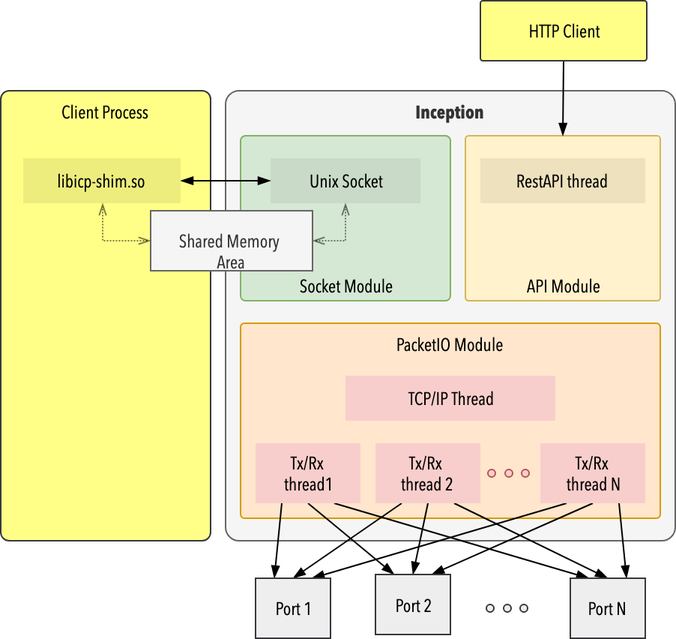
Earlier version of the draw.io export doc/images/block_diagram.png (Spirent/openperf). Source tidied: cells renumbered, new cells last; positions are measured from the earlier drawing's top-left corner, leaving out a move shared by most shapes.
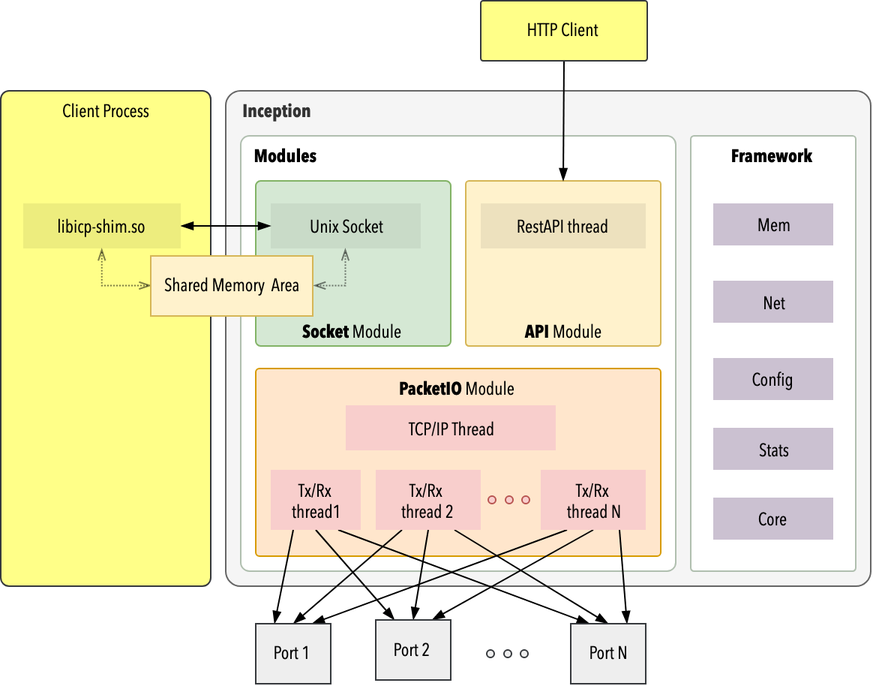
Above is the later version.

Commit message:
developper guide: updated diagrams

Change to the diagram source:
```diff
@@ -2,26 +2,29 @@
   <root>
     <mxCell id="0" />
     <mxCell id="1" parent="0" />
+    <mxCell id="3" value="&lt;font&gt;&amp;nbsp; &amp;nbsp; Inception&lt;/font&gt;" style="rounded=1;whiteSpace=wrap;html=1;arcSize=3;verticalAlign=top;fontFamily=Avenir Next Condensed;fontStyle=1;fillColor=#f5f5f5;strokeColor=#666666;fontColor=#333333;align=left;" parent="1" vertex="1">
+      <mxGeometry x="150" y="30" width="430" height="330" as="geometry" />
+    </mxCell>
+    <mxCell id="40" value="&lt;b&gt;&amp;nbsp; &amp;nbsp;Modules&lt;/b&gt;" style="rounded=1;whiteSpace=wrap;html=1;arcSize=2;verticalAlign=top;fontFamily=Avenir Next Condensed;strokeColor=#B0BFAF;align=left;" parent="1" vertex="1">
+      <mxGeometry x="160" y="60" width="290" height="290" as="geometry" />
+    </mxCell>
     <mxCell id="2" value="Client&amp;nbsp;Process" style="rounded=1;whiteSpace=wrap;html=1;arcSize=4;fillColor=#ffff88;strokeColor=#36393d;verticalAlign=top;fontFamily=Avenir Next Condensed;" parent="1" vertex="1">
-      <mxGeometry y="60" width="140" height="300" as="geometry" />
+      <mxGeometry y="30" width="140" height="330" as="geometry" />
     </mxCell>
-    <mxCell id="3" value="&lt;font&gt;Inception&lt;/font&gt;" style="rounded=1;whiteSpace=wrap;html=1;arcSize=3;verticalAlign=top;fontFamily=Avenir Next Condensed;fontStyle=1;fillColor=#f5f5f5;strokeColor=#666666;fontColor=#333333;" parent="1" vertex="1">
-      <mxGeometry x="150" y="60" width="300" height="300" as="geometry" />
-    </mxCell>
     <mxCell id="4" style="rounded=0;jettySize=auto;html=1;exitX=0;exitY=0.75;exitDx=0;exitDy=0;startArrow=blockThin;startFill=1;endArrow=blockThin;endFill=1;fontFamily=Avenir Next Condensed;entryX=0;entryY=0;entryDx=128.5;entryDy=1.5;entryPerimeter=0;" parent="1" edge="1" source="6" target="37">
       <mxGeometry relative="1" as="geometry" />
     </mxCell>
     <mxCell id="5" style="edgeStyle=none;rounded=0;jettySize=auto;html=1;exitX=0;exitY=0.75;exitDx=0;exitDy=0;entryX=1.005;entryY=0.165;entryDx=0;entryDy=0;entryPerimeter=0;endArrow=classicThin;endFill=1;fontFamily=Avenir Next Condensed;" parent="1" edge="1" source="6" target="37">
       <mxGeometry relative="1" as="geometry" />
     </mxCell>
-    <mxCell id="6" value="Socket Module" style="rounded=1;whiteSpace=wrap;html=1;arcSize=3;verticalAlign=bottom;fillColor=#d5e8d4;strokeColor=#82b366;fontFamily=Avenir Next Condensed;fontStyle=0;" parent="1" vertex="1">
-      <mxGeometry x="160" y="90" width="140" height="110" as="geometry" />
+    <mxCell id="6" value="&lt;b&gt;Socket&lt;/b&gt; Module" style="rounded=1;whiteSpace=wrap;html=1;arcSize=3;verticalAlign=bottom;fillColor=#d5e8d4;strokeColor=#82b366;fontFamily=Avenir Next Condensed;fontStyle=0;" parent="1" vertex="1">
+      <mxGeometry x="170" y="90" width="130" height="110" as="geometry" />
     </mxCell>
-    <mxCell id="7" value="API Module" style="rounded=1;whiteSpace=wrap;html=1;arcSize=2;verticalAlign=bottom;fillColor=#fff2cc;strokeColor=#d6b656;fontFamily=Avenir Next Condensed;fontStyle=0;" parent="1" vertex="1">
+    <mxCell id="7" value="&lt;b&gt;API&lt;/b&gt; Module" style="rounded=1;whiteSpace=wrap;html=1;arcSize=2;verticalAlign=bottom;fillColor=#fff2cc;strokeColor=#d6b656;fontFamily=Avenir Next Condensed;fontStyle=0;" parent="1" vertex="1">
       <mxGeometry x="310" y="90" width="130" height="110" as="geometry" />
     </mxCell>
-    <mxCell id="8" value="PacketIO Module" style="rounded=1;whiteSpace=wrap;html=1;arcSize=2;fillColor=#ffe6cc;strokeColor=#d79b00;verticalAlign=top;fontFamily=Avenir Next Condensed;" parent="1" vertex="1">
-      <mxGeometry x="160" y="215" width="280" height="130" as="geometry" />
+    <mxCell id="8" value="&lt;b&gt;PacketIO&lt;/b&gt; Module" style="rounded=1;whiteSpace=wrap;html=1;arcSize=2;fillColor=#ffe6cc;strokeColor=#d79b00;verticalAlign=top;fontFamily=Avenir Next Condensed;" parent="1" vertex="1">
+      <mxGeometry x="170" y="215" width="270" height="125" as="geometry" />
     </mxCell>
     <mxCell id="9" value="Unix Socket" style="rounded=0;whiteSpace=wrap;html=1;fillColor=#C9DBC8;strokeColor=none;fontFamily=Avenir Next Condensed;" parent="1" vertex="1">
       <mxGeometry x="180" y="105" width="100" height="30" as="geometry" />
@@ -30,7 +33,7 @@
       <mxGeometry x="320" y="105" width="110" height="30" as="geometry" />
     </mxCell>
     <mxCell id="11" value="TCP/IP Thread" style="rounded=0;whiteSpace=wrap;html=1;fillColor=#f8cecc;strokeColor=none;fontFamily=Avenir Next Condensed;" parent="1" vertex="1">
-      <mxGeometry x="230" y="250" width="140" height="30" as="geometry" />
+      <mxGeometry x="230" y="239.5" width="140" height="30" as="geometry" />
     </mxCell>
     <mxCell id="12" style="rounded=0;jettySize=auto;html=1;exitX=0.25;exitY=1;exitDx=0;exitDy=0;entryX=0.25;entryY=0;entryDx=0;entryDy=0;endArrow=blockThin;endFill=1;fontFamily=Avenir Next Condensed;" parent="1" edge="1" source="15" target="27">
       <mxGeometry relative="1" as="geometry" />
@@ -42,7 +45,7 @@
       <mxGeometry relative="1" as="geometry" />
     </mxCell>
     <mxCell id="15" value="Tx/Rx &lt;br&gt;thread1" style="rounded=0;whiteSpace=wrap;html=1;fillColor=#f8cecc;strokeColor=none;fontFamily=Avenir Next Condensed;" parent="1" vertex="1">
-      <mxGeometry x="170" y="295" width="70" height="40" as="geometry" />
+      <mxGeometry x="180" y="282.5" width="60" height="40" as="geometry" />
     </mxCell>
     <mxCell id="16" style="edgeStyle=none;rounded=0;jettySize=auto;html=1;exitX=0.25;exitY=1;exitDx=0;exitDy=0;entryX=0.5;entryY=0;entryDx=0;entryDy=0;endArrow=blockThin;endFill=1;fontFamily=Avenir Next Condensed;" parent="1" edge="1" source="19" target="27">
       <mxGeometry relative="1" as="geometry" />
@@ -54,7 +57,7 @@
       <mxGeometry relative="1" as="geometry" />
     </mxCell>
     <mxCell id="19" value="Tx/Rx &lt;br&gt;thread 2" style="rounded=0;whiteSpace=wrap;html=1;fillColor=#f8cecc;strokeColor=none;fontFamily=Avenir Next Condensed;" parent="1" vertex="1">
-      <mxGeometry x="250" y="295" width="70" height="40" as="geometry" />
+      <mxGeometry x="250" y="282.5" width="70" height="40" as="geometry" />
     </mxCell>
     <mxCell id="20" style="edgeStyle=none;rounded=0;jettySize=auto;html=1;exitX=0.25;exitY=1;exitDx=0;exitDy=0;entryX=0.75;entryY=0;entryDx=0;entryDy=0;endArrow=blockThin;endFill=1;fontFamily=Avenir Next Condensed;" parent="1" edge="1" source="23" target="27">
       <mxGeometry relative="1" as="geometry" />
@@ -66,16 +69,16 @@
       <mxGeometry relative="1" as="geometry" />
     </mxCell>
     <mxCell id="23" value="Tx/Rx &lt;br&gt;thread N" style="rounded=0;whiteSpace=wrap;html=1;fillColor=#f8cecc;strokeColor=none;fontFamily=Avenir Next Condensed;" parent="1" vertex="1">
-      <mxGeometry x="360" y="295" width="70" height="40" as="geometry" />
+      <mxGeometry x="360" y="282.5" width="70" height="40" as="geometry" />
     </mxCell>
     <mxCell id="24" style="ellipse;whiteSpace=wrap;html=1;fillColor=#f8cecc;strokeColor=#b85450;fontFamily=Avenir Next Condensed;" parent="1" vertex="1">
-      <mxGeometry x="325" y="312.5" width="5" height="5" as="geometry" />
+      <mxGeometry x="325" y="300" width="5" height="5" as="geometry" />
     </mxCell>
     <mxCell id="25" style="ellipse;whiteSpace=wrap;html=1;fillColor=#f8cecc;strokeColor=#b85450;fontFamily=Avenir Next Condensed;" parent="1" vertex="1">
-      <mxGeometry x="347.5" y="312.5" width="5" height="5" as="geometry" />
+      <mxGeometry x="347.5" y="300" width="5" height="5" as="geometry" />
     </mxCell>
     <mxCell id="26" style="ellipse;whiteSpace=wrap;html=1;fillColor=#f8cecc;strokeColor=#b85450;fontFamily=Avenir Next Condensed;" parent="1" vertex="1">
-      <mxGeometry x="336.5" y="312.5" width="5" height="5" as="geometry" />
+      <mxGeometry x="336.5" y="300" width="5" height="5" as="geometry" />
     </mxCell>
     <mxCell id="27" value="Port 1" style="rounded=0;whiteSpace=wrap;html=1;fillColor=#eeeeee;strokeColor=#36393d;fontFamily=Avenir Next Condensed;" parent="1" vertex="1">
       <mxGeometry x="170" y="385" width="50" height="40" as="geometry" />
@@ -107,14 +110,32 @@
     <mxCell id="36" style="edgeStyle=orthogonalEdgeStyle;rounded=0;jettySize=auto;html=1;exitX=0;exitY=0;exitDx=108;exitDy=20;exitPerimeter=0;entryX=0.5;entryY=1;entryDx=0;entryDy=0;dashed=1;dashPattern=1 1;startArrow=openThin;startFill=0;endArrow=openThin;endFill=0;fontFamily=Avenir Next Condensed;opacity=50;" parent="1" edge="1" source="37" target="9">
       <mxGeometry relative="1" as="geometry" />
     </mxCell>
-    <mxCell id="37" value="Shared Memory&amp;nbsp; Area" style="shape=cube;whiteSpace=wrap;html=1;boundedLbl=1;backgroundOutline=1;darkOpacity=0.05;darkOpacity2=0.1;fontFamily=Avenir Next Condensed;fillColor=#f5f5f5;strokeColor=#666666;size=0;fontColor=#333333;" parent="1" vertex="1">
+    <mxCell id="37" value="Shared Memory&amp;nbsp; Area" style="shape=cube;whiteSpace=wrap;html=1;boundedLbl=1;backgroundOutline=1;darkOpacity=0.05;darkOpacity2=0.1;fontFamily=Avenir Next Condensed;fillColor=#fff2cc;strokeColor=#d6b656;size=0;" parent="1" vertex="1">
       <mxGeometry x="100" y="140" width="108" height="40" as="geometry" />
     </mxCell>
     <mxCell id="38" style="edgeStyle=none;rounded=0;jettySize=auto;html=1;exitX=0.5;exitY=1;exitDx=0;exitDy=0;entryX=0.5;entryY=0;entryDx=0;entryDy=0;startArrow=none;startFill=0;endArrow=blockThin;endFill=1;fontFamily=Avenir Next Condensed;" parent="1" edge="1" source="39" target="7">
       <mxGeometry relative="1" as="geometry" />
     </mxCell>
     <mxCell id="39" value="HTTP Client" style="rounded=1;whiteSpace=wrap;html=1;arcSize=4;fillColor=#ffff88;strokeColor=#36393d;verticalAlign=middle;fontFamily=Avenir Next Condensed;" parent="1" vertex="1">
-      <mxGeometry x="320" width="111" height="40" as="geometry" />
+      <mxGeometry x="320" y="-30" width="111" height="40" as="geometry" />
     </mxCell>
+    <mxCell id="41" value="&lt;b&gt;Framework&lt;/b&gt;" style="rounded=1;whiteSpace=wrap;html=1;arcSize=2;verticalAlign=top;fontFamily=Avenir Next Condensed;strokeColor=#B0BFAF;" parent="1" vertex="1">
+      <mxGeometry x="460" y="60" width="110" height="290" as="geometry" />
+    </mxCell>
+    <mxCell id="42" value="Mem" style="rounded=0;whiteSpace=wrap;html=1;fillColor=#CBC1D1;strokeColor=none;fontFamily=Avenir Next Condensed;" parent="1" vertex="1">
+      <mxGeometry x="475" y="105" width="80" height="28" as="geometry" />
+    </mxCell>
+    <mxCell id="43" value="Net" style="rounded=0;whiteSpace=wrap;html=1;fillColor=#CBC1D1;strokeColor=none;fontFamily=Avenir Next Condensed;" parent="1" vertex="1">
+      <mxGeometry x="475" y="156.5" width="80" height="28" as="geometry" />
+    </mxCell>
+    <mxCell id="44" value="Config" style="rounded=0;whiteSpace=wrap;html=1;fillColor=#CBC1D1;strokeColor=none;fontFamily=Avenir Next Condensed;" parent="1" vertex="1">
+      <mxGeometry x="475" y="208" width="80" height="28" as="geometry" />
+    </mxCell>
+    <mxCell id="45" value="Core" style="rounded=0;whiteSpace=wrap;html=1;fillColor=#CBC1D1;strokeColor=none;fontFamily=Avenir Next Condensed;" parent="1" vertex="1">
+      <mxGeometry x="475" y="301" width="80" height="28" as="geometry" />
+    </mxCell>
+    <mxCell id="46" value="Stats" style="rounded=0;whiteSpace=wrap;html=1;fillColor=#CBC1D1;strokeColor=none;fontFamily=Avenir Next Condensed;" parent="1" vertex="1">
+      <mxGeometry x="475" y="254.5" width="80" height="28" as="geometry" />
+    </mxCell>
   </root>
 </mxGraphModel>
```
